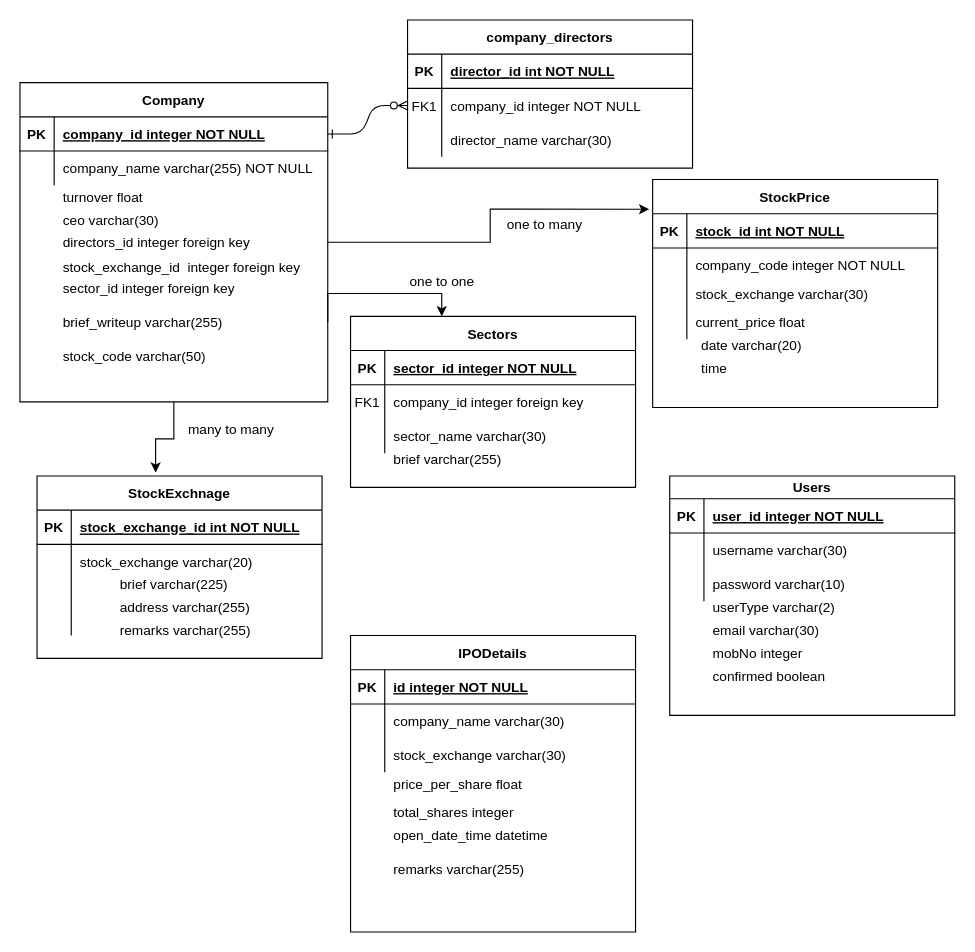
Rishika-kapoor31/stockmarket keeps this draw.io diagram as diagram/Untitled Diagram.drawio. Above is the earlier version. Source tidied: cells renumbered, new cells numbered last; positions are measured from the earlier drawing's top-left corner, leaving out a move shared by most shapes. Both pictures are drawn from the tidied source at 114%, with x=0, y=0 at pixel (19, 19).
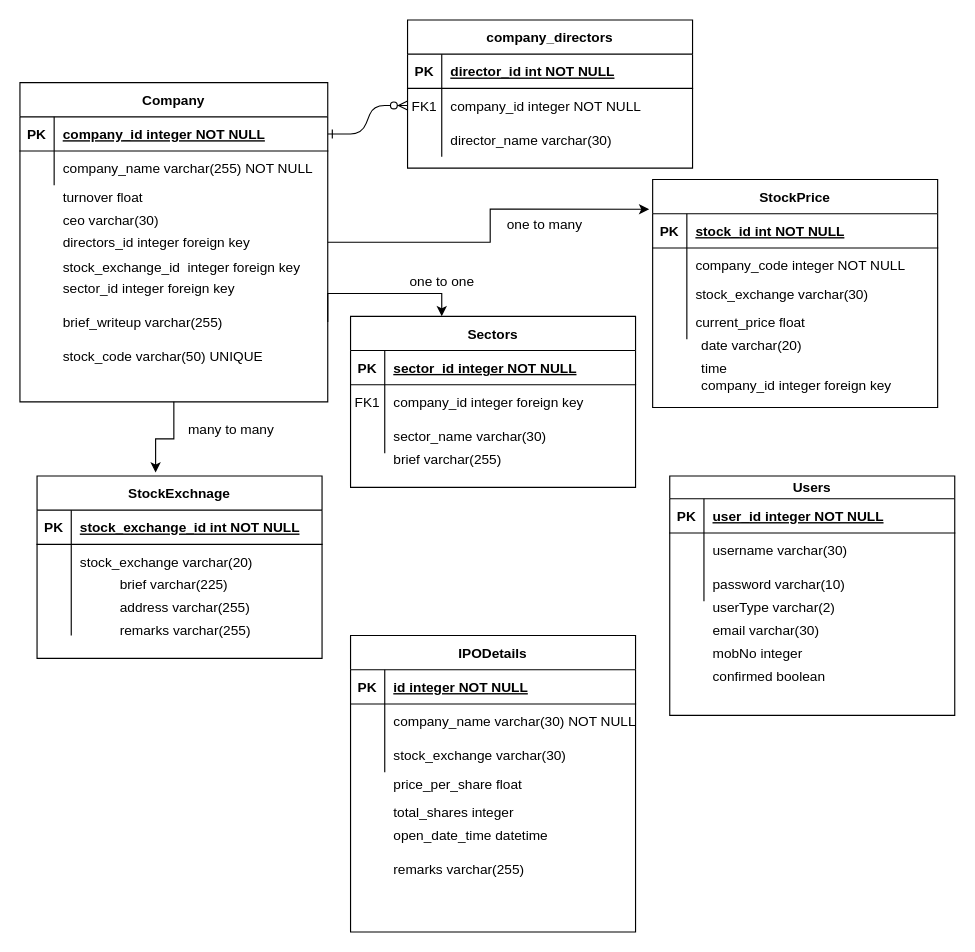
The same page after the edit.

The change refers to these unchanged cells:
```xml
<mxCell id="92" style="shape=partialRectangle;fillColor=none;top=0;left=0;right=0;bottom=0;" parent="88" vertex="1">
  <mxGeometry y="60" width="250" height="30" as="geometry" />
</mxCell>
```

Diff of the diagram source:
```diff
@@
-    <mxCell id="40" value="stock_code varchar(50)" style="shape=partialRectangle;overflow=hidden;fillColor=none;top=0;left=0;bottom=0;right=0;align=left;spacingLeft=6;" parent="1" vertex="1">
+    <mxCell id="40" value="stock_code varchar(50) UNIQUE" style="shape=partialRectangle;overflow=hidden;fillColor=none;top=0;left=0;bottom=0;right=0;align=left;spacingLeft=6;" parent="1" vertex="1">
       <mxGeometry x="30" y="280" width="220" height="30" as="geometry" />
     </mxCell>
@@
-    <mxCell id="46" value="time " style="shape=partialRectangle;overflow=hidden;fillColor=none;top=0;left=0;bottom=0;right=0;align=left;spacingLeft=6;" parent="1" vertex="1">
+    <mxCell id="46" value="time" style="shape=partialRectangle;overflow=hidden;fillColor=none;top=0;left=0;bottom=0;right=0;align=left;spacingLeft=6;" parent="1" vertex="1">
       <mxGeometry x="590" y="290" width="220" height="30" as="geometry" />
     </mxCell>
@@
-    <mxCell id="94" value="company_name varchar(30)" style="shape=partialRectangle;overflow=hidden;fillColor=none;top=0;left=0;bottom=0;right=0;align=left;spacingLeft=6;" parent="92" vertex="1">
+    <mxCell id="94" value="company_name varchar(30) NOT NULL" style="shape=partialRectangle;overflow=hidden;fillColor=none;top=0;left=0;bottom=0;right=0;align=left;spacingLeft=6;" parent="92" vertex="1">
       <mxGeometry x="30" width="220" height="30" as="geometry" />
     </mxCell>
@@
+    <mxCell id="102" value="company_id integer foreign key" style="shape=partialRectangle;overflow=hidden;fillColor=none;top=0;left=0;bottom=0;right=0;align=left;spacingLeft=6;" parent="1" vertex="1">
+      <mxGeometry x="590" y="305" width="220" height="30" as="geometry" />
+    </mxCell>
```
